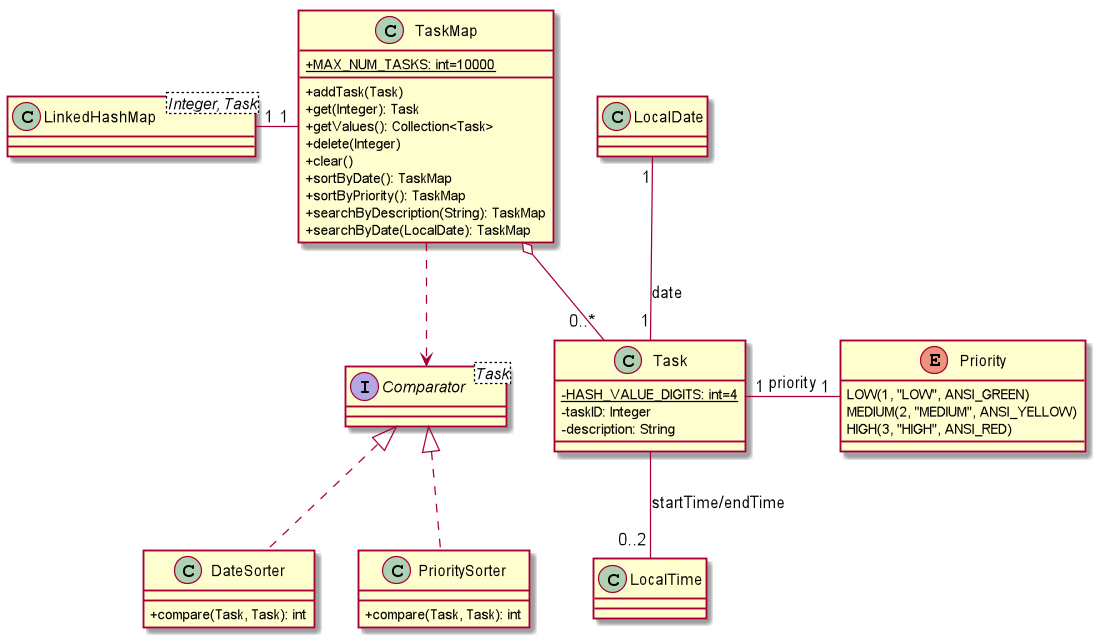
Above: docs/diagrams/TaskMapClass.png in nus-cs2113-AY2021S1/tp (PlantUML), before the change. The source it was exported from:
```plantuml
@startuml

skinparam classAttributeIconSize 0
class TaskMap {
    +{static}{field} MAX_NUM_TASKS: int=10000
    +{method} addTask(Task)
    +{method} get(Integer): Task
    +{method} getValues(): Collection<Task>
    +{method} delete(Integer)
    +{method} clear()
    +{method} sortByDate(): TaskMap
    +{method} sortByPriority(): TaskMap
    +{method} searchByDescription(String): TaskMap
    +{method} searchByDate(LocalDate): TaskMap
}

class LinkedHashMap<Integer, Task>

LinkedHashMap "1"-"1" TaskMap
TaskMap o--"0..*" Task
TaskMap -[dashed]-> Comparator



class Task {
    -{static}{field} HASH_VALUE_DIGITS: int=4
    -{field} taskID: Integer
    -{field} description: String
}

enum Priority {
    {field}LOW(1, "LOW", ANSI_GREEN)
    {field}MEDIUM(2, "MEDIUM", ANSI_YELLOW)
    {field}HIGH(3, "HIGH", ANSI_RED)
}

class LocalDate
class LocalTime

LocalDate "1"--"1" Task: date
Task "1"-"1" Priority: priority
Task --"0..2" LocalTime: startTime/endTime




interface Comparator<Task>
class DateSorter {
    +{method} compare(Task, Task): int
}
class PrioritySorter {
    +{method} compare(Task, Task): int
}

Comparator <|-[dashed]- DateSorter
Comparator <|-[dashed]- PrioritySorter

@enduml
```
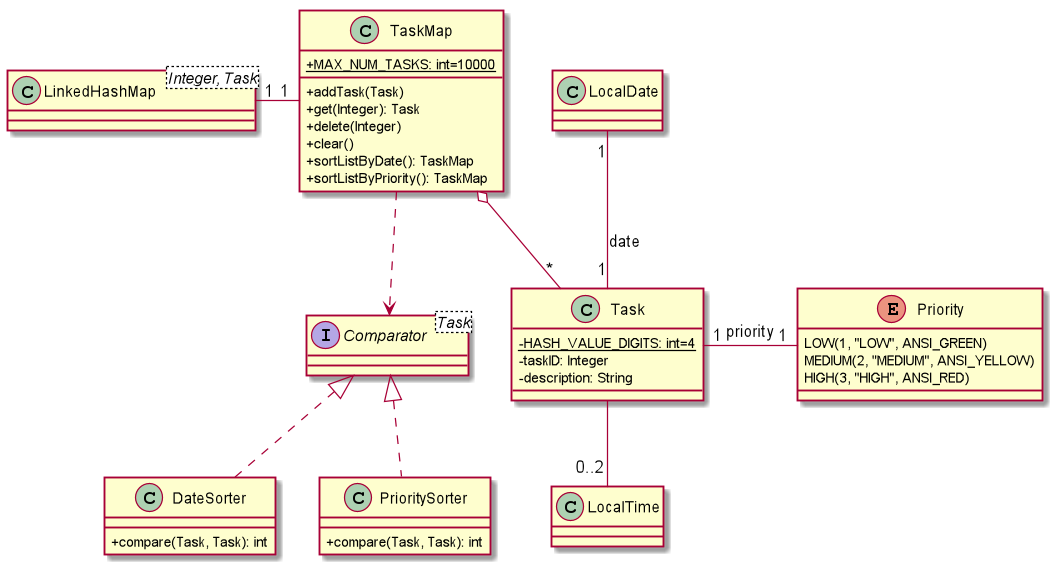
The same diagram one commit later.

Diff of the diagram source:
```diff
@@ -5,19 +5,16 @@
     +{static}{field} MAX_NUM_TASKS: int=10000
     +{method} addTask(Task)
     +{method} get(Integer): Task
-    +{method} getValues(): Collection<Task>
     +{method} delete(Integer)
     +{method} clear()
-    +{method} sortByDate(): TaskMap
-    +{method} sortByPriority(): TaskMap
-    +{method} searchByDescription(String): TaskMap
-    +{method} searchByDate(LocalDate): TaskMap
+    +{method} sortListByDate(): TaskMap
+    +{method} sortListByPriority(): TaskMap
 }
 
 class LinkedHashMap<Integer, Task>
 
 LinkedHashMap "1"-"1" TaskMap
-TaskMap o--"0..*" Task
+TaskMap o--"*" Task
 TaskMap -[dashed]-> Comparator
 
 
@@ -39,7 +36,7 @@
 
 LocalDate "1"--"1" Task: date
 Task "1"-"1" Priority: priority
-Task --"0..2" LocalTime: startTime/endTime
+Task --"0..2" LocalTime
 
 
 
```
